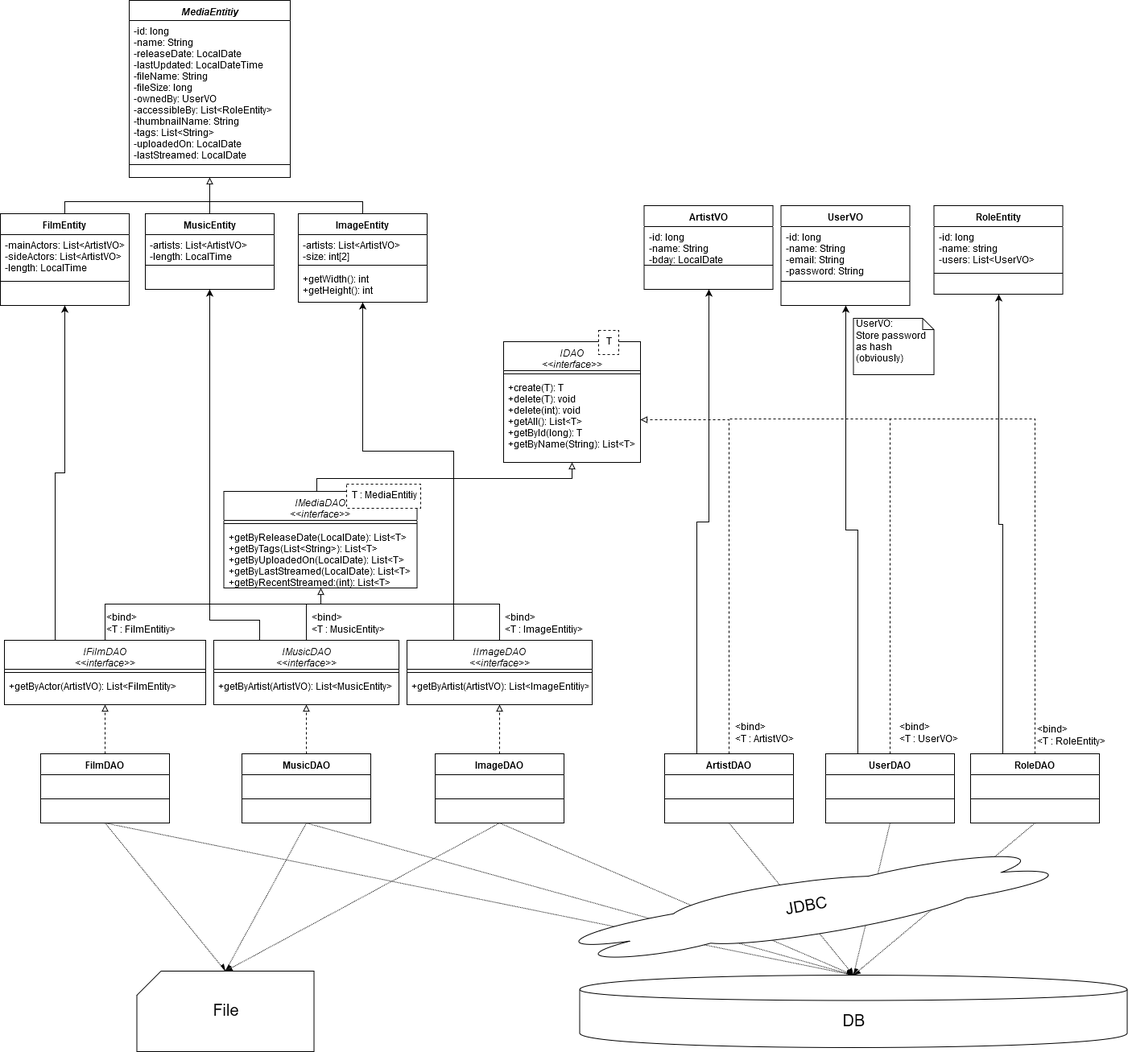
crashkid3000/HomeStream keeps this draw.io diagram as tdoc/db/uml_layered_dao.png. Above is the earlier version. Source tidied: cells renumbered, new cells last; positions are measured from the earlier drawing's top-left corner, leaving out a move shared by most shapes.
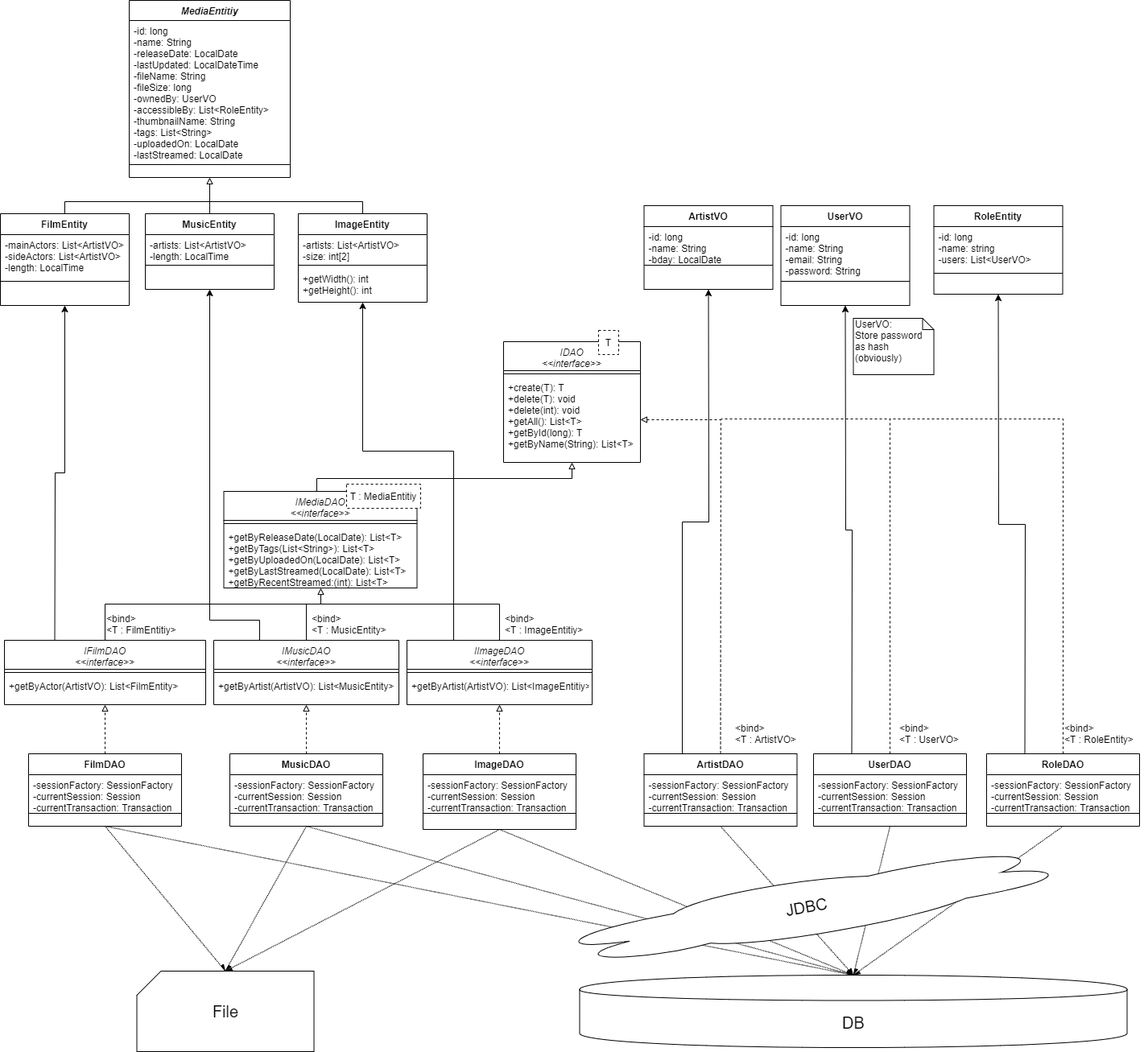
After the commit.

What changed in the source:
```diff
@@ -109,46 +109,46 @@
       <mxGeometry relative="1" as="geometry" />
     </mxCell>
     <mxCell id="34" value="RoleDAO" style="swimlane;fontStyle=1;align=center;verticalAlign=top;horizontal=1;startSize=26;" parent="1" vertex="1">
-      <mxGeometry x="1205" y="936" width="160" height="86" as="geometry" />
+      <mxGeometry x="1225" y="936" width="190" height="90" as="geometry" />
     </mxCell>
-    <mxCell id="35" value=" " style="text;strokeColor=none;fillColor=none;align=left;verticalAlign=top;spacingLeft=4;spacingRight=4;overflow=hidden;" parent="34" vertex="1">
-      <mxGeometry y="26" width="160" height="26" as="geometry" />
+    <mxCell id="35" value="-sessionFactory: SessionFactory&#10;-currentSession: Session&#10;-currentTransaction: Transaction " style="text;strokeColor=none;fillColor=none;align=left;verticalAlign=top;spacingLeft=4;spacingRight=4;overflow=hidden;" parent="34" vertex="1">
+      <mxGeometry y="26" width="190" height="44" as="geometry" />
     </mxCell>
     <mxCell id="36" style="line;strokeWidth=1;fillColor=none;align=left;verticalAlign=middle;spacingTop=-1;spacingLeft=3;spacingRight=3;labelPosition=right;" parent="34" vertex="1">
-      <mxGeometry y="52" width="160" height="8" as="geometry" />
+      <mxGeometry y="70" width="190" height="8" as="geometry" />
     </mxCell>
     <mxCell id="37" value=" " style="text;strokeColor=none;fillColor=none;align=left;verticalAlign=top;spacingLeft=4;spacingRight=4;overflow=hidden;" parent="34" vertex="1">
-      <mxGeometry y="60" width="160" height="26" as="geometry" />
+      <mxGeometry y="78" width="190" height="12" as="geometry" />
     </mxCell>
     <mxCell id="38" style="edgeStyle=none;rounded=0;jettySize=auto;html=1;exitX=0.5;exitY=1;exitDx=0;exitDy=0;entryX=0.5;entryY=0;entryDx=0;entryDy=0;dashed=1;dashPattern=1 1;endArrow=async;endFill=1;" parent="1" edge="1" source="39" target="72">
       <mxGeometry relative="1" as="geometry" />
     </mxCell>
     <mxCell id="39" value="UserDAO" style="swimlane;fontStyle=1;align=center;verticalAlign=top;horizontal=1;startSize=26;" parent="1" vertex="1">
-      <mxGeometry x="1025" y="936" width="160" height="86" as="geometry" />
+      <mxGeometry x="1010" y="936" width="190" height="90" as="geometry" />
     </mxCell>
-    <mxCell id="40" value=" " style="text;strokeColor=none;fillColor=none;align=left;verticalAlign=top;spacingLeft=4;spacingRight=4;overflow=hidden;" parent="39" vertex="1">
-      <mxGeometry y="26" width="160" height="26" as="geometry" />
+    <mxCell id="40" value="-sessionFactory: SessionFactory&#10;-currentSession: Session&#10;-currentTransaction: Transaction " style="text;strokeColor=none;fillColor=none;align=left;verticalAlign=top;spacingLeft=4;spacingRight=4;overflow=hidden;" parent="39" vertex="1">
+      <mxGeometry y="26" width="190" height="44" as="geometry" />
     </mxCell>
     <mxCell id="41" style="line;strokeWidth=1;fillColor=none;align=left;verticalAlign=middle;spacingTop=-1;spacingLeft=3;spacingRight=3;labelPosition=right;" parent="39" vertex="1">
-      <mxGeometry y="52" width="160" height="8" as="geometry" />
+      <mxGeometry y="70" width="190" height="8" as="geometry" />
     </mxCell>
     <mxCell id="42" value=" " style="text;strokeColor=none;fillColor=none;align=left;verticalAlign=top;spacingLeft=4;spacingRight=4;overflow=hidden;" parent="39" vertex="1">
-      <mxGeometry y="60" width="160" height="26" as="geometry" />
+      <mxGeometry y="78" width="190" height="12" as="geometry" />
     </mxCell>
     <mxCell id="43" style="edgeStyle=none;rounded=0;jettySize=auto;html=1;exitX=0.5;exitY=1;exitDx=0;exitDy=0;entryX=0.5;entryY=0;entryDx=0;entryDy=0;dashed=1;dashPattern=1 1;endArrow=async;endFill=1;" parent="1" edge="1" source="44" target="72">
       <mxGeometry relative="1" as="geometry" />
     </mxCell>
     <mxCell id="44" value="ArtistDAO" style="swimlane;fontStyle=1;align=center;verticalAlign=top;horizontal=1;startSize=26;" parent="1" vertex="1">
-      <mxGeometry x="825" y="936" width="160" height="86" as="geometry" />
+      <mxGeometry x="799.5" y="936" width="190" height="90" as="geometry" />
     </mxCell>
-    <mxCell id="45" value=" " style="text;strokeColor=none;fillColor=none;align=left;verticalAlign=top;spacingLeft=4;spacingRight=4;overflow=hidden;" parent="44" vertex="1">
-      <mxGeometry y="26" width="160" height="26" as="geometry" />
+    <mxCell id="45" value="-sessionFactory: SessionFactory&#10;-currentSession: Session&#10;-currentTransaction: Transaction " style="text;strokeColor=none;fillColor=none;align=left;verticalAlign=top;spacingLeft=4;spacingRight=4;overflow=hidden;" parent="44" vertex="1">
+      <mxGeometry y="26" width="190" height="44" as="geometry" />
     </mxCell>
     <mxCell id="46" style="line;strokeWidth=1;fillColor=none;align=left;verticalAlign=middle;spacingTop=-1;spacingLeft=3;spacingRight=3;labelPosition=right;" parent="44" vertex="1">
-      <mxGeometry y="52" width="160" height="8" as="geometry" />
+      <mxGeometry y="70" width="190" height="8" as="geometry" />
     </mxCell>
     <mxCell id="47" value=" " style="text;strokeColor=none;fillColor=none;align=left;verticalAlign=top;spacingLeft=4;spacingRight=4;overflow=hidden;" parent="44" vertex="1">
-      <mxGeometry y="60" width="160" height="26" as="geometry" />
+      <mxGeometry y="78" width="190" height="12" as="geometry" />
     </mxCell>
     <mxCell id="48" style="edgeStyle=none;rounded=0;jettySize=auto;html=1;exitX=0.5;exitY=1;exitDx=0;exitDy=0;dashed=1;dashPattern=1 1;endArrow=async;endFill=1;entryX=0.5;entryY=0;entryDx=0;entryDy=0;" parent="1" edge="1" source="50" target="72">
       <mxGeometry relative="1" as="geometry" />
@@ -157,16 +157,16 @@
       <mxGeometry relative="1" as="geometry" />
     </mxCell>
     <mxCell id="50" value="ImageDAO" style="swimlane;fontStyle=1;align=center;verticalAlign=top;horizontal=1;startSize=26;" parent="1" vertex="1">
-      <mxGeometry x="540" y="936" width="160" height="86" as="geometry" />
+      <mxGeometry x="525" y="936" width="190" height="94" as="geometry" />
     </mxCell>
-    <mxCell id="51" value=" " style="text;strokeColor=none;fillColor=none;align=left;verticalAlign=top;spacingLeft=4;spacingRight=4;overflow=hidden;" parent="50" vertex="1">
-      <mxGeometry y="26" width="160" height="26" as="geometry" />
+    <mxCell id="51" value="-sessionFactory: SessionFactory&#10;-currentSession: Session&#10;-currentTransaction: Transaction " style="text;strokeColor=none;fillColor=none;align=left;verticalAlign=top;spacingLeft=4;spacingRight=4;overflow=hidden;" parent="50" vertex="1">
+      <mxGeometry y="26" width="190" height="44" as="geometry" />
     </mxCell>
     <mxCell id="52" style="line;strokeWidth=1;fillColor=none;align=left;verticalAlign=middle;spacingTop=-1;spacingLeft=3;spacingRight=3;labelPosition=right;" parent="50" vertex="1">
-      <mxGeometry y="52" width="160" height="8" as="geometry" />
+      <mxGeometry y="70" width="190" height="8" as="geometry" />
     </mxCell>
     <mxCell id="53" value=" " style="text;strokeColor=none;fillColor=none;align=left;verticalAlign=top;spacingLeft=4;spacingRight=4;overflow=hidden;" parent="50" vertex="1">
-      <mxGeometry y="60" width="160" height="26" as="geometry" />
+      <mxGeometry y="78" width="190" height="16" as="geometry" />
     </mxCell>
     <mxCell id="54" style="edgeStyle=none;rounded=0;jettySize=auto;html=1;exitX=0.5;exitY=1;exitDx=0;exitDy=0;entryX=0.5;entryY=0;entryDx=0;entryDy=0;entryPerimeter=0;dashed=1;dashPattern=1 1;endArrow=async;endFill=1;" parent="1" edge="1" source="56" target="73">
       <mxGeometry relative="1" as="geometry" />
@@ -175,16 +175,16 @@
       <mxGeometry relative="1" as="geometry" />
     </mxCell>
     <mxCell id="56" value="MusicDAO" style="swimlane;fontStyle=1;align=center;verticalAlign=top;horizontal=1;startSize=26;" parent="1" vertex="1">
-      <mxGeometry x="300" y="936" width="160" height="86" as="geometry" />
+      <mxGeometry x="285" y="936" width="190" height="90" as="geometry" />
     </mxCell>
-    <mxCell id="57" value=" " style="text;strokeColor=none;fillColor=none;align=left;verticalAlign=top;spacingLeft=4;spacingRight=4;overflow=hidden;" parent="56" vertex="1">
-      <mxGeometry y="26" width="160" height="26" as="geometry" />
+    <mxCell id="57" value="-sessionFactory: SessionFactory&#10;-currentSession: Session&#10;-currentTransaction: Transaction " style="text;strokeColor=none;fillColor=none;align=left;verticalAlign=top;spacingLeft=4;spacingRight=4;overflow=hidden;" parent="56" vertex="1">
+      <mxGeometry y="26" width="190" height="44" as="geometry" />
     </mxCell>
     <mxCell id="58" style="line;strokeWidth=1;fillColor=none;align=left;verticalAlign=middle;spacingTop=-1;spacingLeft=3;spacingRight=3;labelPosition=right;" parent="56" vertex="1">
-      <mxGeometry y="52" width="160" height="8" as="geometry" />
+      <mxGeometry y="70" width="190" height="8" as="geometry" />
     </mxCell>
     <mxCell id="59" value=" " style="text;strokeColor=none;fillColor=none;align=left;verticalAlign=top;spacingLeft=4;spacingRight=4;overflow=hidden;" parent="56" vertex="1">
-      <mxGeometry y="60" width="160" height="26" as="geometry" />
+      <mxGeometry y="78" width="190" height="12" as="geometry" />
     </mxCell>
     <mxCell id="60" style="edgeStyle=none;rounded=0;jettySize=auto;html=1;exitX=0.5;exitY=1;exitDx=0;exitDy=0;entryX=0.5;entryY=0;entryDx=0;entryDy=0;entryPerimeter=0;dashed=1;dashPattern=1 1;endArrow=async;endFill=1;" parent="1" edge="1" source="62" target="73">
       <mxGeometry relative="1" as="geometry" />
@@ -193,16 +193,16 @@
       <mxGeometry relative="1" as="geometry" />
     </mxCell>
     <mxCell id="62" value="FilmDAO" style="swimlane;fontStyle=1;align=center;verticalAlign=top;horizontal=1;startSize=26;" parent="1" vertex="1">
-      <mxGeometry x="50" y="936" width="160" height="86" as="geometry" />
+      <mxGeometry x="35" y="936" width="190" height="90" as="geometry" />
     </mxCell>
-    <mxCell id="63" value=" " style="text;strokeColor=none;fillColor=none;align=left;verticalAlign=top;spacingLeft=4;spacingRight=4;overflow=hidden;" parent="62" vertex="1">
-      <mxGeometry y="26" width="160" height="26" as="geometry" />
+    <mxCell id="63" value="-sessionFactory: SessionFactory&#10;-currentSession: Session&#10;-currentTransaction: Transaction " style="text;strokeColor=none;fillColor=none;align=left;verticalAlign=top;spacingLeft=4;spacingRight=4;overflow=hidden;" parent="62" vertex="1">
+      <mxGeometry y="26" width="190" height="44" as="geometry" />
     </mxCell>
     <mxCell id="64" style="line;strokeWidth=1;fillColor=none;align=left;verticalAlign=middle;spacingTop=-1;spacingLeft=3;spacingRight=3;labelPosition=right;" parent="62" vertex="1">
-      <mxGeometry y="52" width="160" height="8" as="geometry" />
+      <mxGeometry y="70" width="190" height="8" as="geometry" />
     </mxCell>
     <mxCell id="65" value=" " style="text;strokeColor=none;fillColor=none;align=left;verticalAlign=top;spacingLeft=4;spacingRight=4;overflow=hidden;" parent="62" vertex="1">
-      <mxGeometry y="60" width="160" height="26" as="geometry" />
+      <mxGeometry y="78" width="190" height="12" as="geometry" />
     </mxCell>
     <mxCell id="66" style="endArrow=none;html=1;exitX=0.5;exitY=0;exitDx=0;exitDy=0;endFill=0;dashed=1;rounded=0;edgeStyle=orthogonalEdgeStyle;" parent="1" edge="1" source="34">
       <mxGeometry relative="1" as="geometry">
@@ -225,13 +225,13 @@
     <mxCell id="70" style="endArrow=block;html=1;exitX=0.5;exitY=0;exitDx=0;exitDy=0;endFill=0;dashed=1;rounded=0;entryX=1;entryY=0.5;entryDx=0;entryDy=0;" parent="1" edge="1" source="44" target="77">
       <mxGeometry relative="1" as="geometry">
         <Array as="points">
-          <mxPoint x="905" y="521" />
+          <mxPoint x="895" y="521" />
         </Array>
       </mxGeometry>
     </mxCell>
     <mxCell id="71" style="endArrow=none;html=1;exitX=0.5;exitY=0;exitDx=0;exitDy=0;endFill=0;dashed=1;rounded=0;" parent="1" edge="1" source="39">
       <mxGeometry relative="1" as="geometry">
-        <mxPoint x="905" y="520" as="targetPoint" />
+        <mxPoint x="895" y="520" as="targetPoint" />
         <Array as="points">
           <mxPoint x="1105" y="520" />
         </Array>
@@ -361,7 +361,7 @@
       </mxGeometry>
     </mxCell>
     <mxCell id="106" value="&lt;div&gt;&amp;lt;bind&amp;gt;&lt;/div&gt;&lt;div&gt;&amp;lt;T : RoleEntity&amp;gt;&lt;br&gt;&lt;/div&gt;" style="text;html=1;align=left;verticalAlign=middle;" parent="1" vertex="1">
-      <mxGeometry x="1286" y="899" width="100" height="30" as="geometry" />
+      <mxGeometry x="1319.5" y="896" width="100" height="30" as="geometry" />
     </mxCell>
   </root>
 </mxGraphModel>
```
